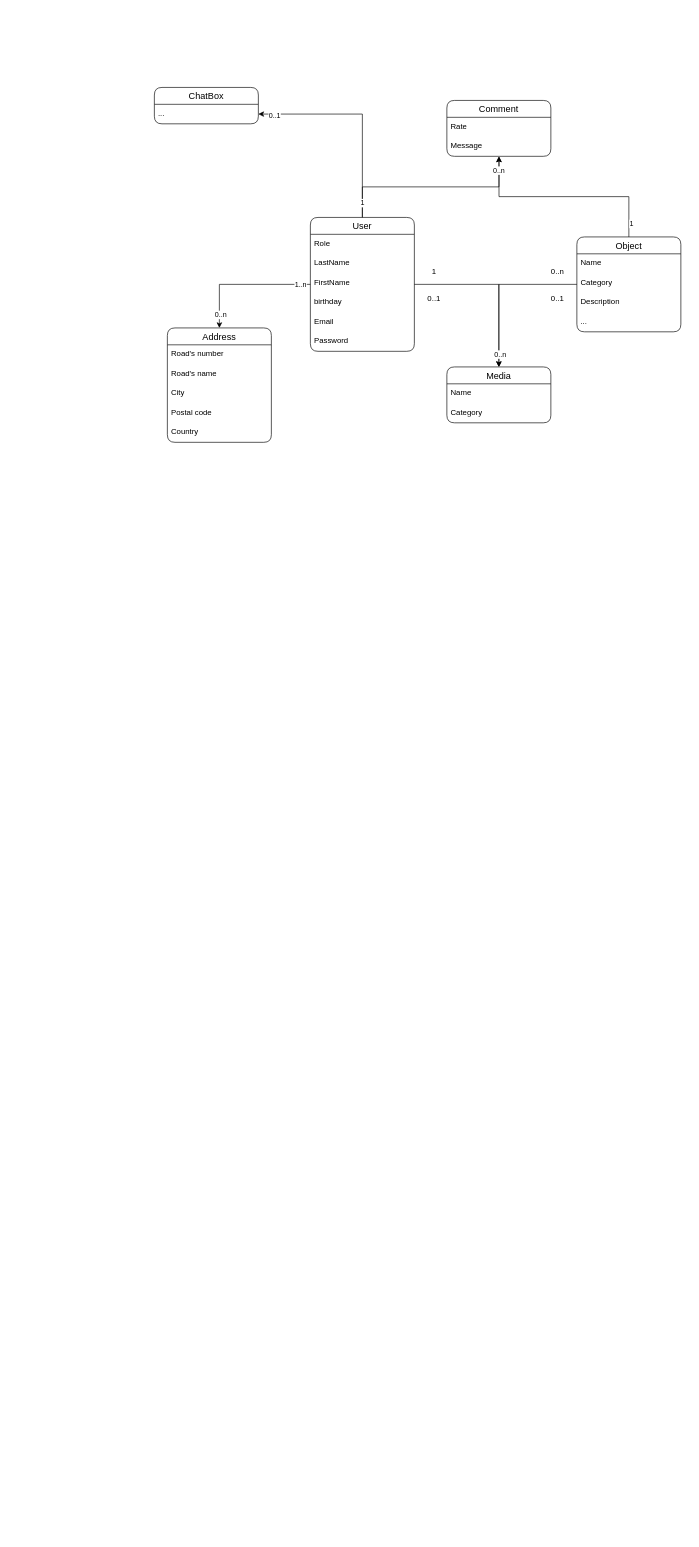
Above: ressources/DiagramWeb.drawio in KFLandry/ProjetWeb (draw.io), before the change. Source tidied: cells renumbered, new cells numbered last; positions are measured from the earlier drawing's top-left corner, leaving out a move shared by most shapes. Both pictures are drawn from the tidied source at 65%, with x=0, y=0 at pixel (154, 87).
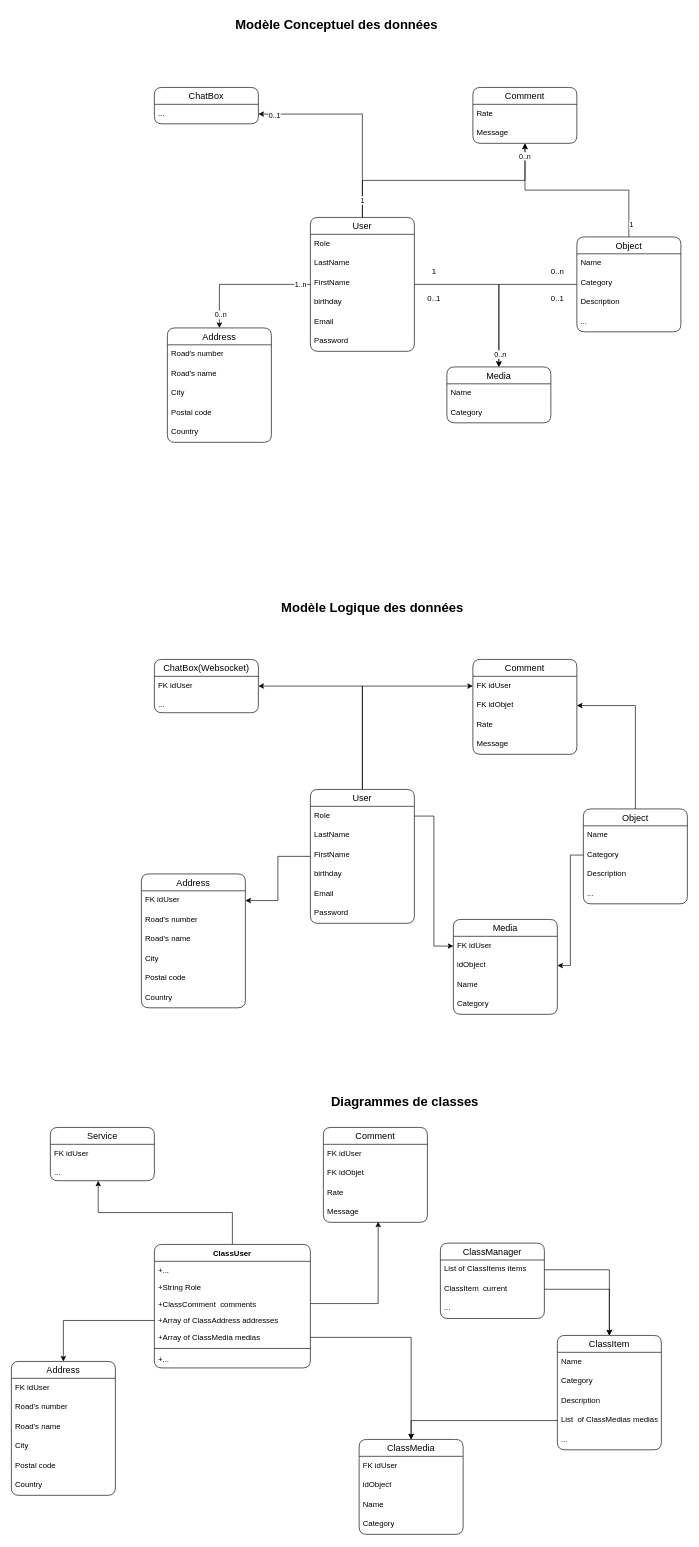
Above is the later version.

Diff of the diagram source:
```diff
@@
     <mxCell id="24" value="Comment" style="swimlane;fontStyle=0;horizontal=1;startSize=26;align=center;fontSize=14;rounded=1;" parent="1" vertex="1">
-      <mxGeometry x="450" y="20" width="160" height="86" as="geometry" />
+      <mxGeometry x="490" width="160" height="86" as="geometry" />
     </mxCell>
@@
+    <mxCell id="45" style="edgeStyle=orthogonalEdgeStyle;rounded=0;jettySize=auto;html=1;entryX=1;entryY=0.5;entryDx=0;entryDy=0;" parent="1" edge="1" source="48" target="79">
+      <mxGeometry relative="1" as="geometry" />
+    </mxCell>
+    <mxCell id="46" style="edgeStyle=orthogonalEdgeStyle;rounded=0;jettySize=auto;html=1;entryX=0;entryY=0.5;entryDx=0;entryDy=0;" parent="1" edge="1" source="48" target="68">
+      <mxGeometry relative="1" as="geometry" />
+    </mxCell>
+    <mxCell id="47" style="edgeStyle=orthogonalEdgeStyle;rounded=0;jettySize=auto;html=1;" parent="1" edge="1" source="48" target="56">
+      <mxGeometry relative="1" as="geometry" />
+    </mxCell>
+    <mxCell id="48" value="User" style="swimlane;fontStyle=0;horizontal=1;startSize=26;align=center;fontSize=14;rounded=1;" parent="1" vertex="1">
+      <mxGeometry x="240" y="1080" width="160" height="206" as="geometry" />
+    </mxCell>
+    <mxCell id="49" value="Role" style="text;strokeColor=none;fillColor=none;spacingLeft=4;spacingRight=4;overflow=hidden;points=[[0,0.5],[1,0.5]];portConstraint=eastwest;fontSize=12;whiteSpace=wrap;html=1;" parent="48" vertex="1">
+      <mxGeometry y="26" width="160" height="30" as="geometry" />
+    </mxCell>
+    <mxCell id="50" value="LastName" style="text;strokeColor=none;fillColor=none;spacingLeft=4;spacingRight=4;overflow=hidden;fontSize=12;whiteSpace=wrap;html=1;" parent="48" vertex="1">
+      <mxGeometry y="56" width="160" height="30" as="geometry" />
+    </mxCell>
+    <mxCell id="51" value="FirstName" style="text;strokeColor=none;fillColor=none;spacingLeft=4;spacingRight=4;overflow=hidden;fontSize=12;whiteSpace=wrap;html=1;" parent="48" vertex="1">
+      <mxGeometry y="86" width="160" height="30" as="geometry" />
+    </mxCell>
+    <mxCell id="52" value="birthday" style="text;strokeColor=none;fillColor=none;spacingLeft=4;spacingRight=4;overflow=hidden;fontSize=12;whiteSpace=wrap;html=1;" parent="48" vertex="1">
+      <mxGeometry y="116" width="160" height="30" as="geometry" />
+    </mxCell>
+    <mxCell id="53" value="Email" style="text;strokeColor=none;fillColor=none;spacingLeft=4;spacingRight=4;overflow=hidden;fontSize=12;whiteSpace=wrap;html=1;" parent="48" vertex="1">
+      <mxGeometry y="146" width="160" height="30" as="geometry" />
+    </mxCell>
+    <mxCell id="54" value="Password" style="text;strokeColor=none;fillColor=none;spacingLeft=4;spacingRight=4;overflow=hidden;fontSize=12;whiteSpace=wrap;html=1;" parent="48" vertex="1">
+      <mxGeometry y="176" width="160" height="30" as="geometry" />
+    </mxCell>
+    <mxCell id="55" value="Address" style="swimlane;fontStyle=0;horizontal=1;startSize=26;align=center;fontSize=14;rounded=1;" parent="1" vertex="1">
+      <mxGeometry x="-20" y="1210" width="160" height="206" as="geometry" />
+    </mxCell>
+    <mxCell id="56" value="FK idUser" style="text;strokeColor=none;fillColor=none;spacingLeft=4;spacingRight=4;overflow=hidden;points=[[0,0.5],[1,0.5]];portConstraint=eastwest;fontSize=12;whiteSpace=wrap;html=1;" parent="55" vertex="1">
+      <mxGeometry y="26" width="160" height="30" as="geometry" />
+    </mxCell>
+    <mxCell id="57" value="Road's number" style="text;strokeColor=none;fillColor=none;spacingLeft=4;spacingRight=4;overflow=hidden;fontSize=12;whiteSpace=wrap;html=1;" parent="55" vertex="1">
+      <mxGeometry y="56" width="160" height="30" as="geometry" />
+    </mxCell>
+    <mxCell id="58" value="Road's name" style="text;strokeColor=none;fillColor=none;spacingLeft=4;spacingRight=4;overflow=hidden;fontSize=12;whiteSpace=wrap;html=1;" parent="55" vertex="1">
+      <mxGeometry y="86" width="160" height="30" as="geometry" />
+    </mxCell>
+    <mxCell id="59" value="City" style="text;strokeColor=none;fillColor=none;spacingLeft=4;spacingRight=4;overflow=hidden;fontSize=12;whiteSpace=wrap;html=1;" parent="55" vertex="1">
+      <mxGeometry y="116" width="160" height="30" as="geometry" />
+    </mxCell>
+    <mxCell id="60" value="Postal code" style="text;strokeColor=none;fillColor=none;spacingLeft=4;spacingRight=4;overflow=hidden;fontSize=12;whiteSpace=wrap;html=1;" parent="55" vertex="1">
+      <mxGeometry y="146" width="160" height="30" as="geometry" />
+    </mxCell>
+    <mxCell id="61" value="Country" style="text;strokeColor=none;fillColor=none;spacingLeft=4;spacingRight=4;overflow=hidden;fontSize=12;whiteSpace=wrap;html=1;" parent="55" vertex="1">
+      <mxGeometry y="176" width="160" height="30" as="geometry" />
+    </mxCell>
+    <mxCell id="62" value="Media" style="swimlane;fontStyle=0;horizontal=1;startSize=26;align=center;fontSize=14;rounded=1;" parent="1" vertex="1">
+      <mxGeometry x="460" y="1280" width="160" height="146" as="geometry" />
+    </mxCell>
+    <mxCell id="63" value="FK idUser" style="text;strokeColor=none;fillColor=none;spacingLeft=4;spacingRight=4;overflow=hidden;points=[[0,0.5],[1,0.5]];portConstraint=eastwest;fontSize=12;whiteSpace=wrap;html=1;" parent="62" vertex="1">
+      <mxGeometry y="26" width="160" height="30" as="geometry" />
+    </mxCell>
+    <mxCell id="64" value="idObject" style="text;strokeColor=none;fillColor=none;spacingLeft=4;spacingRight=4;overflow=hidden;points=[[0,0.5],[1,0.5]];portConstraint=eastwest;fontSize=12;whiteSpace=wrap;html=1;" parent="62" vertex="1">
+      <mxGeometry y="56" width="160" height="30" as="geometry" />
+    </mxCell>
+    <mxCell id="65" value="Name" style="text;strokeColor=none;fillColor=none;spacingLeft=4;spacingRight=4;overflow=hidden;fontSize=12;whiteSpace=wrap;html=1;" parent="62" vertex="1">
+      <mxGeometry y="86" width="160" height="30" as="geometry" />
+    </mxCell>
+    <mxCell id="66" value="Category" style="text;strokeColor=none;fillColor=none;spacingLeft=4;spacingRight=4;overflow=hidden;fontSize=12;whiteSpace=wrap;html=1;" parent="62" vertex="1">
+      <mxGeometry y="116" width="160" height="30" as="geometry" />
+    </mxCell>
+    <mxCell id="67" value="Comment" style="swimlane;fontStyle=0;horizontal=1;startSize=26;align=center;fontSize=14;rounded=1;" parent="1" vertex="1">
+      <mxGeometry x="490" y="880" width="160" height="146" as="geometry" />
+    </mxCell>
+    <mxCell id="68" value="FK idUser" style="text;strokeColor=none;fillColor=none;spacingLeft=4;spacingRight=4;overflow=hidden;points=[[0,0.5],[1,0.5]];portConstraint=eastwest;fontSize=12;whiteSpace=wrap;html=1;" parent="67" vertex="1">
+      <mxGeometry y="26" width="160" height="30" as="geometry" />
+    </mxCell>
+    <mxCell id="69" value="FK idObjet" style="text;strokeColor=none;fillColor=none;spacingLeft=4;spacingRight=4;overflow=hidden;points=[[0,0.5],[1,0.5]];portConstraint=eastwest;fontSize=12;whiteSpace=wrap;html=1;" parent="67" vertex="1">
+      <mxGeometry y="56" width="160" height="30" as="geometry" />
+    </mxCell>
+    <mxCell id="70" value="Rate" style="text;strokeColor=none;fillColor=none;spacingLeft=4;spacingRight=4;overflow=hidden;fontSize=12;whiteSpace=wrap;html=1;" parent="67" vertex="1">
+      <mxGeometry y="86" width="160" height="30" as="geometry" />
+    </mxCell>
+    <mxCell id="71" value="Message" style="text;strokeColor=none;fillColor=none;spacingLeft=4;spacingRight=4;overflow=hidden;fontSize=12;whiteSpace=wrap;html=1;" parent="67" vertex="1">
+      <mxGeometry y="116" width="160" height="30" as="geometry" />
+    </mxCell>
+    <mxCell id="72" style="edgeStyle=orthogonalEdgeStyle;rounded=0;jettySize=auto;html=1;entryX=1;entryY=0.5;entryDx=0;entryDy=0;" parent="1" edge="1" source="73" target="69">
+      <mxGeometry relative="1" as="geometry" />
+    </mxCell>
+    <mxCell id="73" value="Object" style="swimlane;fontStyle=0;horizontal=1;startSize=26;align=center;fontSize=14;rounded=1;" parent="1" vertex="1">
+      <mxGeometry x="660" y="1110" width="160" height="146" as="geometry" />
+    </mxCell>
+    <mxCell id="74" value="Name" style="text;strokeColor=none;fillColor=none;spacingLeft=4;spacingRight=4;overflow=hidden;fontSize=12;whiteSpace=wrap;html=1;" parent="73" vertex="1">
+      <mxGeometry y="26" width="160" height="30" as="geometry" />
+    </mxCell>
+    <mxCell id="75" value="Category" style="text;strokeColor=none;fillColor=none;spacingLeft=4;spacingRight=4;overflow=hidden;points=[[0,0.5],[1,0.5]];portConstraint=eastwest;fontSize=12;whiteSpace=wrap;html=1;" parent="73" vertex="1">
+      <mxGeometry y="56" width="160" height="30" as="geometry" />
+    </mxCell>
+    <mxCell id="76" value="Description" style="text;strokeColor=none;fillColor=none;spacingLeft=4;spacingRight=4;overflow=hidden;fontSize=12;whiteSpace=wrap;html=1;" parent="73" vertex="1">
+      <mxGeometry y="86" width="160" height="30" as="geometry" />
+    </mxCell>
+    <mxCell id="77" value="..." style="text;strokeColor=none;fillColor=none;spacingLeft=4;spacingRight=4;overflow=hidden;fontSize=12;whiteSpace=wrap;html=1;" parent="73" vertex="1">
+      <mxGeometry y="116" width="160" height="30" as="geometry" />
+    </mxCell>
+    <mxCell id="78" value="ChatBox(Websocket)" style="swimlane;fontStyle=0;horizontal=1;startSize=26;align=center;fontSize=14;rounded=1;" parent="1" vertex="1">
+      <mxGeometry y="880" width="160" height="82" as="geometry" />
+    </mxCell>
+    <mxCell id="79" value="FK idUser" style="text;strokeColor=none;fillColor=none;spacingLeft=4;spacingRight=4;overflow=hidden;points=[[0,0.5],[1,0.5]];portConstraint=eastwest;fontSize=12;whiteSpace=wrap;html=1;" parent="78" vertex="1">
+      <mxGeometry y="26" width="160" height="30" as="geometry" />
+    </mxCell>
+    <mxCell id="80" value="..." style="text;strokeColor=none;fillColor=none;spacingLeft=4;spacingRight=4;overflow=hidden;fontSize=12;whiteSpace=wrap;html=1;" parent="78" vertex="1">
+      <mxGeometry y="56" width="160" height="26" as="geometry" />
+    </mxCell>
+    <mxCell id="81" value="&lt;span style=&quot;font-size: 20px;&quot;&gt;&lt;b&gt;Modèle Conceptuel des données&lt;/b&gt;&lt;/span&gt;" style="text;html=1;align=center;verticalAlign=middle;strokeColor=none;fillColor=none;" parent="1" vertex="1">
+      <mxGeometry x="115" y="-117" width="330" height="40" as="geometry" />
+    </mxCell>
+    <mxCell id="82" value="&lt;span style=&quot;font-size: 20px;&quot;&gt;&lt;b&gt;Modèle Logique des données&lt;/b&gt;&lt;/span&gt;" style="text;html=1;align=center;verticalAlign=middle;strokeColor=none;fillColor=none;" parent="1" vertex="1">
+      <mxGeometry x="185" y="780" width="300" height="40" as="geometry" />
+    </mxCell>
+    <mxCell id="83" style="edgeStyle=orthogonalEdgeStyle;rounded=0;jettySize=auto;html=1;" parent="1" edge="1" source="75" target="64">
+      <mxGeometry relative="1" as="geometry" />
+    </mxCell>
+    <mxCell id="84" style="edgeStyle=orthogonalEdgeStyle;rounded=0;jettySize=auto;html=1;" parent="1" edge="1" source="49" target="63">
+      <mxGeometry relative="1" as="geometry" />
+    </mxCell>
+    <mxCell id="85" value="Address" style="swimlane;fontStyle=0;horizontal=1;startSize=26;align=center;fontSize=14;rounded=1;" parent="1" vertex="1">
+      <mxGeometry x="-220" y="1960" width="160" height="206" as="geometry" />
+    </mxCell>
+    <mxCell id="86" value="FK idUser" style="text;strokeColor=none;fillColor=none;spacingLeft=4;spacingRight=4;overflow=hidden;fontSize=12;whiteSpace=wrap;html=1;" parent="85" vertex="1">
+      <mxGeometry y="26" width="160" height="30" as="geometry" />
+    </mxCell>
+    <mxCell id="87" value="Road's number" style="text;strokeColor=none;fillColor=none;spacingLeft=4;spacingRight=4;overflow=hidden;fontSize=12;whiteSpace=wrap;html=1;" parent="85" vertex="1">
+      <mxGeometry y="56" width="160" height="30" as="geometry" />
+    </mxCell>
+    <mxCell id="88" value="Road's name" style="text;strokeColor=none;fillColor=none;spacingLeft=4;spacingRight=4;overflow=hidden;fontSize=12;whiteSpace=wrap;html=1;" parent="85" vertex="1">
+      <mxGeometry y="86" width="160" height="30" as="geometry" />
+    </mxCell>
+    <mxCell id="89" value="City" style="text;strokeColor=none;fillColor=none;spacingLeft=4;spacingRight=4;overflow=hidden;fontSize=12;whiteSpace=wrap;html=1;" parent="85" vertex="1">
+      <mxGeometry y="116" width="160" height="30" as="geometry" />
+    </mxCell>
+    <mxCell id="90" value="Postal code" style="text;strokeColor=none;fillColor=none;spacingLeft=4;spacingRight=4;overflow=hidden;fontSize=12;whiteSpace=wrap;html=1;" parent="85" vertex="1">
+      <mxGeometry y="146" width="160" height="30" as="geometry" />
+    </mxCell>
+    <mxCell id="91" value="Country" style="text;strokeColor=none;fillColor=none;spacingLeft=4;spacingRight=4;overflow=hidden;fontSize=12;whiteSpace=wrap;html=1;" parent="85" vertex="1">
+      <mxGeometry y="176" width="160" height="30" as="geometry" />
+    </mxCell>
+    <mxCell id="92" value="ClassMedia" style="swimlane;fontStyle=0;horizontal=1;startSize=26;align=center;fontSize=14;rounded=1;" parent="1" vertex="1">
+      <mxGeometry x="315" y="2080" width="160" height="146" as="geometry" />
+    </mxCell>
+    <mxCell id="93" value="FK idUser" style="text;strokeColor=none;fillColor=none;spacingLeft=4;spacingRight=4;overflow=hidden;fontSize=12;whiteSpace=wrap;html=1;" parent="92" vertex="1">
+      <mxGeometry y="26" width="160" height="30" as="geometry" />
+    </mxCell>
+    <mxCell id="94" value="idObject" style="text;strokeColor=none;fillColor=none;spacingLeft=4;spacingRight=4;overflow=hidden;fontSize=12;whiteSpace=wrap;html=1;" parent="92" vertex="1">
+      <mxGeometry y="56" width="160" height="30" as="geometry" />
+    </mxCell>
+    <mxCell id="95" value="Name" style="text;strokeColor=none;fillColor=none;spacingLeft=4;spacingRight=4;overflow=hidden;fontSize=12;whiteSpace=wrap;html=1;" parent="92" vertex="1">
+      <mxGeometry y="86" width="160" height="30" as="geometry" />
+    </mxCell>
+    <mxCell id="96" value="Category" style="text;strokeColor=none;fillColor=none;spacingLeft=4;spacingRight=4;overflow=hidden;fontSize=12;whiteSpace=wrap;html=1;" parent="92" vertex="1">
+      <mxGeometry y="116" width="160" height="30" as="geometry" />
+    </mxCell>
+    <mxCell id="97" value="Comment" style="swimlane;fontStyle=0;horizontal=1;startSize=26;align=center;fontSize=14;rounded=1;" parent="1" vertex="1">
+      <mxGeometry x="260" y="1600" width="160" height="146" as="geometry" />
+    </mxCell>
+    <mxCell id="98" value="FK idUser" style="text;strokeColor=none;fillColor=none;spacingLeft=4;spacingRight=4;overflow=hidden;fontSize=12;whiteSpace=wrap;html=1;" parent="97" vertex="1">
+      <mxGeometry y="26" width="160" height="30" as="geometry" />
+    </mxCell>
+    <mxCell id="99" value="FK idObjet" style="text;strokeColor=none;fillColor=none;spacingLeft=4;spacingRight=4;overflow=hidden;fontSize=12;whiteSpace=wrap;html=1;" parent="97" vertex="1">
+      <mxGeometry y="56" width="160" height="30" as="geometry" />
+    </mxCell>
+    <mxCell id="100" value="Rate" style="text;strokeColor=none;fillColor=none;spacingLeft=4;spacingRight=4;overflow=hidden;fontSize=12;whiteSpace=wrap;html=1;" parent="97" vertex="1">
+      <mxGeometry y="86" width="160" height="30" as="geometry" />
+    </mxCell>
+    <mxCell id="101" value="Message" style="text;strokeColor=none;fillColor=none;spacingLeft=4;spacingRight=4;overflow=hidden;points=[[0,0.5],[1,0.5]];portConstraint=eastwest;fontSize=12;whiteSpace=wrap;html=1;" parent="97" vertex="1">
+      <mxGeometry y="116" width="160" height="30" as="geometry" />
+    </mxCell>
+    <mxCell id="102" value="Service" style="swimlane;fontStyle=0;horizontal=1;startSize=26;align=center;fontSize=14;rounded=1;" parent="1" vertex="1">
+      <mxGeometry x="-160" y="1600" width="160" height="82" as="geometry" />
+    </mxCell>
+    <mxCell id="103" value="FK idUser" style="text;strokeColor=none;fillColor=none;spacingLeft=4;spacingRight=4;overflow=hidden;fontSize=12;whiteSpace=wrap;html=1;" parent="102" vertex="1">
+      <mxGeometry y="26" width="160" height="30" as="geometry" />
+    </mxCell>
+    <mxCell id="104" value="..." style="text;strokeColor=none;fillColor=none;spacingLeft=4;spacingRight=4;overflow=hidden;points=[[0,0.5],[1,0.5]];portConstraint=eastwest;fontSize=12;whiteSpace=wrap;html=1;" parent="102" vertex="1">
+      <mxGeometry y="56" width="160" height="26" as="geometry" />
+    </mxCell>
+    <mxCell id="105" value="&lt;span style=&quot;font-size: 20px;&quot;&gt;&lt;b&gt;Diagrammes de classes&lt;/b&gt;&lt;/span&gt;" style="text;html=1;align=center;verticalAlign=middle;strokeColor=none;fillColor=none;" parent="1" vertex="1">
+      <mxGeometry x="260" y="1540" width="250" height="40" as="geometry" />
+    </mxCell>
+    <mxCell id="106" value="ClassItem" style="swimlane;fontStyle=0;horizontal=1;startSize=26;align=center;fontSize=14;rounded=1;" parent="1" vertex="1">
+      <mxGeometry x="620" y="1920" width="160" height="176" as="geometry" />
+    </mxCell>
+    <mxCell id="107" value="Name" style="text;strokeColor=none;fillColor=none;spacingLeft=4;spacingRight=4;overflow=hidden;fontSize=12;whiteSpace=wrap;html=1;" parent="106" vertex="1">
+      <mxGeometry y="26" width="160" height="30" as="geometry" />
+    </mxCell>
+    <mxCell id="108" value="Category" style="text;strokeColor=none;fillColor=none;spacingLeft=4;spacingRight=4;overflow=hidden;fontSize=12;whiteSpace=wrap;html=1;" parent="106" vertex="1">
+      <mxGeometry y="56" width="160" height="30" as="geometry" />
+    </mxCell>
+    <mxCell id="109" value="Description" style="text;strokeColor=none;fillColor=none;spacingLeft=4;spacingRight=4;overflow=hidden;fontSize=12;whiteSpace=wrap;html=1;" parent="106" vertex="1">
+      <mxGeometry y="86" width="160" height="30" as="geometry" />
+    </mxCell>
+    <mxCell id="110" value="List&amp;nbsp; of ClassMedias medias" style="text;strokeColor=none;fillColor=none;spacingLeft=4;spacingRight=4;overflow=hidden;points=[[0,0.5],[1,0.5]];portConstraint=eastwest;fontSize=12;whiteSpace=wrap;html=1;" parent="106" vertex="1">
+      <mxGeometry y="116" width="160" height="30" as="geometry" />
+    </mxCell>
+    <mxCell id="111" value="..." style="text;strokeColor=none;fillColor=none;spacingLeft=4;spacingRight=4;overflow=hidden;fontSize=12;whiteSpace=wrap;html=1;" parent="106" vertex="1">
+      <mxGeometry y="146" width="160" height="30" as="geometry" />
+    </mxCell>
+    <mxCell id="112" value="ClassUser" style="swimlane;fontStyle=1;align=center;verticalAlign=top;horizontal=1;startSize=26;whiteSpace=wrap;html=1;rounded=1;" parent="1" vertex="1">
+      <mxGeometry y="1780" width="240" height="190" as="geometry" />
+    </mxCell>
+    <mxCell id="113" value="+..." style="text;strokeColor=none;fillColor=none;align=left;verticalAlign=top;spacingLeft=4;spacingRight=4;overflow=hidden;whiteSpace=wrap;html=1;" parent="112" vertex="1">
+      <mxGeometry y="26" width="240" height="26" as="geometry" />
+    </mxCell>
+    <mxCell id="114" value="+String Role" style="text;strokeColor=none;fillColor=none;align=left;verticalAlign=top;spacingLeft=4;spacingRight=4;overflow=hidden;whiteSpace=wrap;html=1;" parent="112" vertex="1">
+      <mxGeometry y="52" width="240" height="26" as="geometry" />
+    </mxCell>
+    <mxCell id="115" value="+ClassComment&amp;nbsp; comments" style="text;strokeColor=none;fillColor=none;align=left;verticalAlign=top;spacingLeft=4;spacingRight=4;overflow=hidden;points=[[0,0.5],[1,0.5]];portConstraint=eastwest;whiteSpace=wrap;html=1;" parent="112" vertex="1">
+      <mxGeometry y="78" width="240" height="26" as="geometry" />
+    </mxCell>
+    <mxCell id="116" value="+Array of ClassAddress addresses" style="text;strokeColor=none;fillColor=none;align=left;verticalAlign=top;spacingLeft=4;spacingRight=4;overflow=hidden;points=[[0,0.5],[1,0.5]];portConstraint=eastwest;whiteSpace=wrap;html=1;" parent="112" vertex="1">
+      <mxGeometry y="104" width="240" height="26" as="geometry" />
+    </mxCell>
+    <mxCell id="117" value="+Array of ClassMedia medias" style="text;strokeColor=none;fillColor=none;align=left;verticalAlign=top;spacingLeft=4;spacingRight=4;overflow=hidden;points=[[0,0.5],[1,0.5]];portConstraint=eastwest;whiteSpace=wrap;html=1;" parent="112" vertex="1">
+      <mxGeometry y="130" width="240" height="26" as="geometry" />
+    </mxCell>
+    <mxCell id="118" style="line;strokeWidth=1;fillColor=none;align=left;verticalAlign=middle;spacingTop=-1;spacingLeft=3;spacingRight=3;labelPosition=right;strokeColor=inherit;" parent="112" vertex="1">
+      <mxGeometry y="156" width="240" height="8" as="geometry" />
+    </mxCell>
+    <mxCell id="119" value="+..." style="text;strokeColor=none;fillColor=none;align=left;verticalAlign=top;spacingLeft=4;spacingRight=4;overflow=hidden;whiteSpace=wrap;html=1;" parent="112" vertex="1">
+      <mxGeometry y="164" width="240" height="26" as="geometry" />
+    </mxCell>
+    <mxCell id="120" style="edgeStyle=orthogonalEdgeStyle;rounded=0;jettySize=auto;html=1;entryX=0.5;entryY=0;entryDx=0;entryDy=0;" parent="1" edge="1" source="116" target="85">
+      <mxGeometry relative="1" as="geometry" />
+    </mxCell>
+    <mxCell id="121" style="edgeStyle=orthogonalEdgeStyle;rounded=0;jettySize=auto;html=1;entryX=0.5;entryY=0;entryDx=0;entryDy=0;" parent="1" edge="1" source="117" target="92">
+      <mxGeometry relative="1" as="geometry" />
+    </mxCell>
+    <mxCell id="122" style="edgeStyle=orthogonalEdgeStyle;rounded=0;jettySize=auto;html=1;entryX=0.46;entryY=1.001;entryDx=0;entryDy=0;entryPerimeter=0;" parent="1" edge="1" source="112" target="104">
+      <mxGeometry relative="1" as="geometry" />
+    </mxCell>
+    <mxCell id="123" value="ClassManager" style="swimlane;fontStyle=0;horizontal=1;startSize=26;align=center;fontSize=14;rounded=1;" parent="1" vertex="1">
+      <mxGeometry x="440" y="1778" width="160" height="116" as="geometry" />
+    </mxCell>
+    <mxCell id="124" value="List of ClassItems items" style="text;strokeColor=none;fillColor=none;spacingLeft=4;spacingRight=4;overflow=hidden;points=[[0,0.5],[1,0.5]];portConstraint=eastwest;fontSize=12;whiteSpace=wrap;html=1;" parent="123" vertex="1">
+      <mxGeometry y="26" width="160" height="30" as="geometry" />
+    </mxCell>
+    <mxCell id="125" value="ClassItem&amp;nbsp; current" style="text;strokeColor=none;fillColor=none;spacingLeft=4;spacingRight=4;overflow=hidden;points=[[0,0.5],[1,0.5]];portConstraint=eastwest;fontSize=12;whiteSpace=wrap;html=1;" parent="123" vertex="1">
+      <mxGeometry y="56" width="160" height="30" as="geometry" />
+    </mxCell>
+    <mxCell id="126" value="..." style="text;strokeColor=none;fillColor=none;spacingLeft=4;spacingRight=4;overflow=hidden;fontSize=12;whiteSpace=wrap;html=1;" parent="123" vertex="1">
+      <mxGeometry y="86" width="160" height="30" as="geometry" />
+    </mxCell>
+    <mxCell id="127" style="edgeStyle=orthogonalEdgeStyle;rounded=0;jettySize=auto;html=1;" parent="1" edge="1" source="124" target="106">
+      <mxGeometry relative="1" as="geometry" />
+    </mxCell>
+    <mxCell id="128" style="edgeStyle=orthogonalEdgeStyle;rounded=0;jettySize=auto;html=1;entryX=0.5;entryY=0;entryDx=0;entryDy=0;" parent="1" edge="1" source="125" target="106">
+      <mxGeometry relative="1" as="geometry" />
+    </mxCell>
+    <mxCell id="129" style="edgeStyle=orthogonalEdgeStyle;rounded=0;jettySize=auto;html=1;entryX=0.5;entryY=0;entryDx=0;entryDy=0;" parent="1" edge="1" source="110" target="92">
+      <mxGeometry relative="1" as="geometry" />
+    </mxCell>
+    <mxCell id="130" style="edgeStyle=orthogonalEdgeStyle;rounded=0;jettySize=auto;html=1;entryX=0.527;entryY=0.966;entryDx=0;entryDy=0;entryPerimeter=0;" parent="1" edge="1" source="115" target="101">
+      <mxGeometry relative="1" as="geometry" />
+    </mxCell>
```
